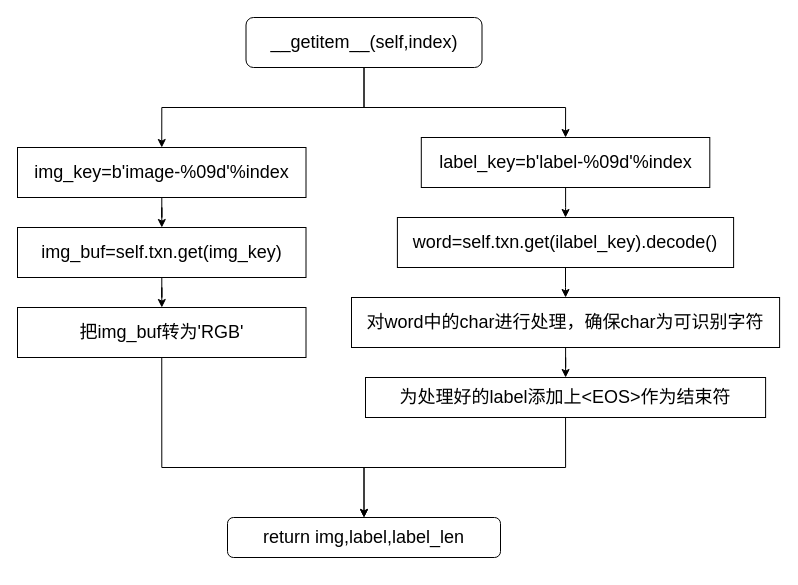
Before: thesis_lmdb1.drawio in Dong-J93/_pictures, a draw.io diagram. Source tidied: cells renumbered, new cells numbered last; positions are measured from the earlier drawing's top-left corner, leaving out a move shared by most shapes. Both pictures are drawn from the tidied source at 100%, with x=0, y=0 at pixel (17, 17).
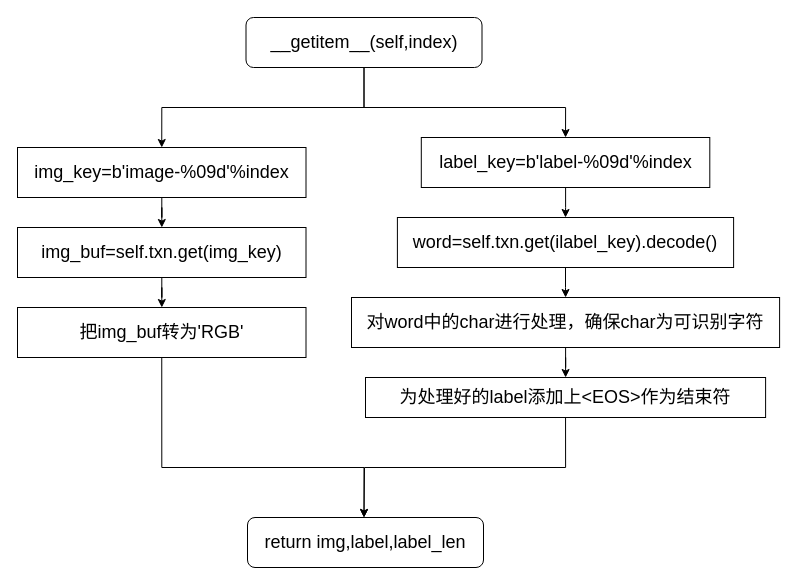
The same diagram, later.

The change refers to these unchanged cells:
```xml
<mxCell id="10" value="&lt;font style=&quot;font-size: 18px;&quot;&gt;把img_buf转为'RGB'&lt;br&gt;&lt;/font&gt;" style="rounded=0;whiteSpace=wrap;html=1;" parent="1" vertex="1">
  <mxGeometry y="290" width="288.5" height="50" as="geometry" />
</mxCell>
<mxCell id="18" value="&lt;font style=&quot;font-size: 18px;&quot;&gt;为处理好的label添加上&amp;lt;EOS&amp;gt;作为结束符&lt;br&gt;&lt;/font&gt;" style="rounded=0;whiteSpace=wrap;html=1;" parent="1" vertex="1">
  <mxGeometry x="348" y="360" width="400.1" height="40" as="geometry" />
</mxCell>
```

What changed in the source:
```diff
@@
-    <mxCell id="4" value="&lt;font style=&quot;font-size: 18px;&quot;&gt;__getitem__(self,index)&lt;/font&gt;" style="rounded=1;whiteSpace=wrap;html=1;" parent="1" vertex="1">
+    <mxCell id="4" value="&lt;span style=&quot;font-size: 18px;&quot;&gt;__getitem__(self,index)&lt;/span&gt;" style="rounded=1;whiteSpace=wrap;html=1;" parent="1" vertex="1">
       <mxGeometry x="228.5" width="236" height="50" as="geometry" />
     </mxCell>
@@
-    <mxCell id="9" style="edgeStyle=orthogonalEdgeStyle;rounded=0;jettySize=auto;html=1;exitX=0.5;exitY=1;exitDx=0;exitDy=0;entryX=0.5;entryY=0;entryDx=0;entryDy=0;" parent="1" edge="1" source="10" target="19">
+    <mxCell id="9" style="edgeStyle=orthogonalEdgeStyle;rounded=0;jettySize=auto;html=1;exitX=0.5;exitY=1;exitDx=0;exitDy=0;entryX=0.5;entryY=0;entryDx=0;entryDy=0;" parent="1" edge="1" source="10">
       <mxGeometry relative="1" as="geometry">
+        <mxPoint x="346.5" y="500" as="targetPoint" />
         <Array as="points">
           <mxPoint x="144" y="450" />
           <mxPoint x="347" y="450" />
         </Array>
       </mxGeometry>
     </mxCell>
@@
-    <mxCell id="17" style="edgeStyle=orthogonalEdgeStyle;rounded=0;jettySize=auto;html=1;exitX=0.5;exitY=1;exitDx=0;exitDy=0;" parent="1" edge="1" source="18" target="19">
-      <mxGeometry relative="1" as="geometry" />
+    <mxCell id="17" style="edgeStyle=orthogonalEdgeStyle;rounded=0;jettySize=auto;html=1;exitX=0.5;exitY=1;exitDx=0;exitDy=0;" parent="1" edge="1" source="18">
+      <mxGeometry relative="1" as="geometry">
+        <mxPoint x="346.5" y="500" as="targetPoint" />
+      </mxGeometry>
     </mxCell>
@@
     <mxCell id="19" value="&lt;font style=&quot;font-size: 18px;&quot;&gt;return img,label,label_len&lt;/font&gt;" style="rounded=1;whiteSpace=wrap;html=1;" parent="1" vertex="1">
-      <mxGeometry x="210" y="500" width="273" height="40" as="geometry" />
+      <mxGeometry x="230" y="500" width="236" height="50" as="geometry" />
     </mxCell>
```
